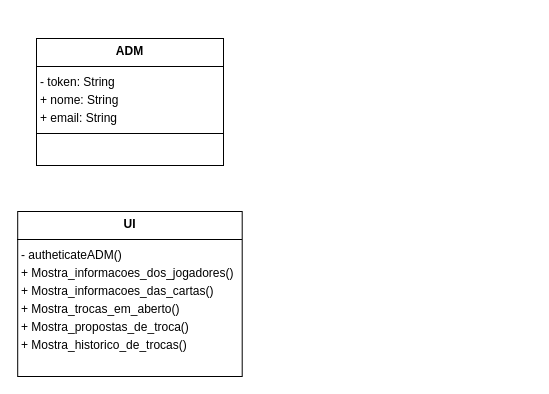
Before: page "Diagrama de classes" (2 of 2) of .docs/diagrama-painel-adm.drawio in InatelS203-2025-1/painel-admin, a draw.io diagram. Source tidied: cells renumbered, new cells numbered last; positions are measured from the earlier drawing's top-left corner, leaving out a move shared by most shapes. Both pictures are drawn from the tidied source at 100%, with x=0, y=0 at pixel (-72, 38).
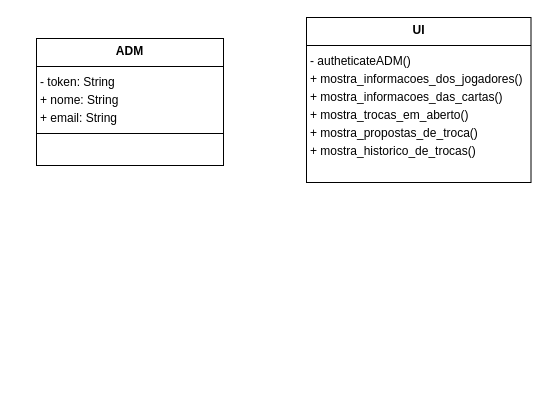
Above is the later version.

Diff of the diagram source:
```diff
@@
 <mxGraphModel>
   <root>
     <mxCell id="0" />
     <mxCell id="1" parent="0" />
     <mxCell id="2" value="&lt;div style=&quot;line-height: 150%;&quot;&gt;&lt;p style=&quot;margin:0px;margin-top:4px;text-align:center;&quot;&gt;&lt;b&gt;ADM&lt;/b&gt;&lt;/p&gt;&lt;hr size=&quot;1&quot; style=&quot;border-style:solid;&quot;&gt;&lt;p style=&quot;margin:0px;margin-left:4px;&quot;&gt;- token: String&lt;/p&gt;&lt;p style=&quot;margin:0px;margin-left:4px;&quot;&gt;+ nome: String&lt;/p&gt;&lt;p style=&quot;margin:0px;margin-left:4px;&quot;&gt;+ email: String&lt;/p&gt;&lt;hr size=&quot;1&quot; style=&quot;border-style:solid;&quot;&gt;&lt;p style=&quot;margin:0px;margin-left:4px;&quot;&gt;&lt;br&gt;&lt;/p&gt;&lt;p style=&quot;margin:0px;margin-left:4px;&quot;&gt;&lt;br&gt;&lt;/p&gt;&lt;/div&gt;" style="verticalAlign=top;align=left;overflow=fill;html=1;whiteSpace=wrap;" parent="1" vertex="1">
       <mxGeometry x="108" width="187" height="127" as="geometry" />
     </mxCell>
     <mxCell id="3" style="edgeStyle=none;shape=connector;curved=1;rounded=0;orthogonalLoop=1;jettySize=auto;html=1;entryX=0.5;entryY=1;entryDx=0;entryDy=0;strokeColor=default;align=center;verticalAlign=middle;fontFamily=Helvetica;fontSize=12;fontColor=default;labelBackgroundColor=default;startFill=0;startSize=8;endArrow=classic;endSize=8;endFill=1;exitX=0.75;exitY=1;exitDx=0;exitDy=0;" parent="1" edge="1">
       <mxGeometry relative="1" as="geometry">
         <mxPoint y="785" as="targetPoint" />
         <Array as="points">
           <mxPoint x="92" y="999" />
         </Array>
       </mxGeometry>
     </mxCell>
-    <mxCell id="4" value="&lt;div style=&quot;line-height: 150%;&quot;&gt;&lt;p style=&quot;margin:0px;margin-top:4px;text-align:center;&quot;&gt;&lt;b&gt;UI&lt;/b&gt;&lt;/p&gt;&lt;hr size=&quot;1&quot; style=&quot;border-style:solid;&quot;&gt;&lt;p style=&quot;margin:0px;margin-left:4px;&quot;&gt;&lt;/p&gt;&lt;p style=&quot;margin:0px;margin-left:4px;&quot;&gt;- autheticateADM()&lt;/p&gt;&lt;p style=&quot;margin:0px;margin-left:4px;&quot;&gt;&lt;span style=&quot;background-color: transparent; color: light-dark(rgb(0, 0, 0), rgb(255, 255, 255));&quot;&gt;+&amp;nbsp;&lt;/span&gt;&lt;span style=&quot;background-color: transparent; color: light-dark(rgb(0, 0, 0), rgb(255, 255, 255)); text-align: center;&quot;&gt;Mostra&lt;/span&gt;&lt;span style=&quot;text-align: center;&quot;&gt;_&lt;/span&gt;&lt;span style=&quot;background-color: transparent; color: light-dark(rgb(0, 0, 0), rgb(255, 255, 255)); text-align: center;&quot;&gt;i&lt;/span&gt;&lt;span style=&quot;background-color: transparent; color: light-dark(rgb(0, 0, 0), rgb(255, 255, 255)); text-align: center;&quot;&gt;nformacoes&lt;/span&gt;&lt;span style=&quot;text-align: center;&quot;&gt;_&lt;/span&gt;&lt;span style=&quot;background-color: transparent; color: light-dark(rgb(0, 0, 0), rgb(255, 255, 255)); text-align: center;&quot;&gt;dos&lt;/span&gt;&lt;span style=&quot;text-align: center;&quot;&gt;_&lt;/span&gt;&lt;span style=&quot;background-color: transparent; color: light-dark(rgb(0, 0, 0), rgb(255, 255, 255)); text-align: center;&quot;&gt;jogadores()&lt;/span&gt;&lt;/p&gt;&lt;p style=&quot;margin:0px;margin-left:4px;&quot;&gt;+&amp;nbsp;&lt;span style=&quot;text-align: center;&quot;&gt;Mostra&lt;/span&gt;&lt;span style=&quot;text-align: center;&quot;&gt;_&lt;/span&gt;&lt;span style=&quot;text-align: center;&quot;&gt;informacoes&lt;/span&gt;&lt;span style=&quot;text-align: center;&quot;&gt;_&lt;/span&gt;&lt;span style=&quot;text-align: center;&quot;&gt;das&lt;/span&gt;&lt;span style=&quot;text-align: center;&quot;&gt;_&lt;/span&gt;&lt;span style=&quot;text-align: center;&quot;&gt;cartas&lt;/span&gt;()&lt;/p&gt;&lt;p style=&quot;margin:0px;margin-left:4px;&quot;&gt;+&amp;nbsp;&lt;span style=&quot;text-align: center;&quot;&gt;Mostra&lt;/span&gt;&lt;span style=&quot;text-align: center;&quot;&gt;_&lt;/span&gt;&lt;span style=&quot;text-align: center;&quot;&gt;trocas&lt;/span&gt;&lt;span style=&quot;text-align: center;&quot;&gt;_&lt;/span&gt;&lt;span style=&quot;text-align: center;&quot;&gt;em&lt;/span&gt;&lt;span style=&quot;text-align: center;&quot;&gt;_&lt;/span&gt;&lt;span style=&quot;text-align: center;&quot;&gt;aberto&lt;/span&gt;()&lt;/p&gt;&lt;p style=&quot;margin:0px;margin-left:4px;&quot;&gt;+&amp;nbsp;&lt;span style=&quot;text-align: center;&quot;&gt;Mostra_propostas&lt;/span&gt;&lt;span style=&quot;text-align: center;&quot;&gt;_&lt;/span&gt;&lt;span style=&quot;text-align: center;&quot;&gt;de&lt;/span&gt;&lt;span style=&quot;text-align: center;&quot;&gt;_&lt;/span&gt;&lt;span style=&quot;text-align: center;&quot;&gt;troca&lt;/span&gt;()&lt;/p&gt;&lt;p style=&quot;margin:0px;margin-left:4px;&quot;&gt;+&amp;nbsp;&lt;span style=&quot;text-align: center;&quot;&gt;Mostra_historico_de_trocas&lt;/span&gt;()&lt;/p&gt;&lt;p style=&quot;margin:0px;margin-left:4px;&quot;&gt;&lt;br&gt;&lt;/p&gt;&lt;/div&gt;" style="verticalAlign=top;align=left;overflow=fill;html=1;whiteSpace=wrap;" parent="1" vertex="1">
-      <mxGeometry x="89.2" y="173" width="224.5" height="165" as="geometry" />
+    <mxCell id="4" value="&lt;div style=&quot;line-height: 150%;&quot;&gt;&lt;p style=&quot;margin:0px;margin-top:4px;text-align:center;&quot;&gt;&lt;b&gt;UI&lt;/b&gt;&lt;/p&gt;&lt;hr size=&quot;1&quot; style=&quot;border-style:solid;&quot;&gt;&lt;p style=&quot;margin:0px;margin-left:4px;&quot;&gt;&lt;/p&gt;&lt;p style=&quot;margin:0px;margin-left:4px;&quot;&gt;- autheticateADM()&lt;/p&gt;&lt;p style=&quot;margin:0px;margin-left:4px;&quot;&gt;&lt;span style=&quot;background-color: transparent; color: light-dark(rgb(0, 0, 0), rgb(255, 255, 255));&quot;&gt;+ m&lt;/span&gt;&lt;span style=&quot;background-color: transparent; color: light-dark(rgb(0, 0, 0), rgb(255, 255, 255)); text-align: center;&quot;&gt;ostra&lt;/span&gt;&lt;span style=&quot;text-align: center;&quot;&gt;_&lt;/span&gt;&lt;span style=&quot;background-color: transparent; color: light-dark(rgb(0, 0, 0), rgb(255, 255, 255)); text-align: center;&quot;&gt;i&lt;/span&gt;&lt;span style=&quot;background-color: transparent; color: light-dark(rgb(0, 0, 0), rgb(255, 255, 255)); text-align: center;&quot;&gt;nformacoes&lt;/span&gt;&lt;span style=&quot;text-align: center;&quot;&gt;_&lt;/span&gt;&lt;span style=&quot;background-color: transparent; color: light-dark(rgb(0, 0, 0), rgb(255, 255, 255)); text-align: center;&quot;&gt;dos&lt;/span&gt;&lt;span style=&quot;text-align: center;&quot;&gt;_&lt;/span&gt;&lt;span style=&quot;background-color: transparent; color: light-dark(rgb(0, 0, 0), rgb(255, 255, 255)); text-align: center;&quot;&gt;jogadores()&lt;/span&gt;&lt;/p&gt;&lt;p style=&quot;margin:0px;margin-left:4px;&quot;&gt;+ m&lt;span style=&quot;text-align: center;&quot;&gt;ostra&lt;/span&gt;&lt;span style=&quot;text-align: center;&quot;&gt;_&lt;/span&gt;&lt;span style=&quot;text-align: center;&quot;&gt;informacoes&lt;/span&gt;&lt;span style=&quot;text-align: center;&quot;&gt;_&lt;/span&gt;&lt;span style=&quot;text-align: center;&quot;&gt;das&lt;/span&gt;&lt;span style=&quot;text-align: center;&quot;&gt;_&lt;/span&gt;&lt;span style=&quot;text-align: center;&quot;&gt;cartas&lt;/span&gt;()&lt;/p&gt;&lt;p style=&quot;margin:0px;margin-left:4px;&quot;&gt;+ m&lt;span style=&quot;text-align: center;&quot;&gt;ostra&lt;/span&gt;&lt;span style=&quot;text-align: center;&quot;&gt;_&lt;/span&gt;&lt;span style=&quot;text-align: center;&quot;&gt;trocas&lt;/span&gt;&lt;span style=&quot;text-align: center;&quot;&gt;_&lt;/span&gt;&lt;span style=&quot;text-align: center;&quot;&gt;em&lt;/span&gt;&lt;span style=&quot;text-align: center;&quot;&gt;_&lt;/span&gt;&lt;span style=&quot;text-align: center;&quot;&gt;aberto&lt;/span&gt;()&lt;/p&gt;&lt;p style=&quot;margin:0px;margin-left:4px;&quot;&gt;+ m&lt;span style=&quot;text-align: center;&quot;&gt;ostra_propostas&lt;/span&gt;&lt;span style=&quot;text-align: center;&quot;&gt;_&lt;/span&gt;&lt;span style=&quot;text-align: center;&quot;&gt;de&lt;/span&gt;&lt;span style=&quot;text-align: center;&quot;&gt;_&lt;/span&gt;&lt;span style=&quot;text-align: center;&quot;&gt;troca&lt;/span&gt;()&lt;/p&gt;&lt;p style=&quot;margin:0px;margin-left:4px;&quot;&gt;+ m&lt;span style=&quot;text-align: center;&quot;&gt;ostra_historico_de_trocas&lt;/span&gt;()&lt;/p&gt;&lt;p style=&quot;margin:0px;margin-left:4px;&quot;&gt;&lt;br&gt;&lt;/p&gt;&lt;/div&gt;" style="verticalAlign=top;align=left;overflow=fill;html=1;whiteSpace=wrap;" parent="1" vertex="1">
+      <mxGeometry x="378" y="-21" width="224.5" height="165" as="geometry" />
     </mxCell>
   </root>
 </mxGraphModel>
```
